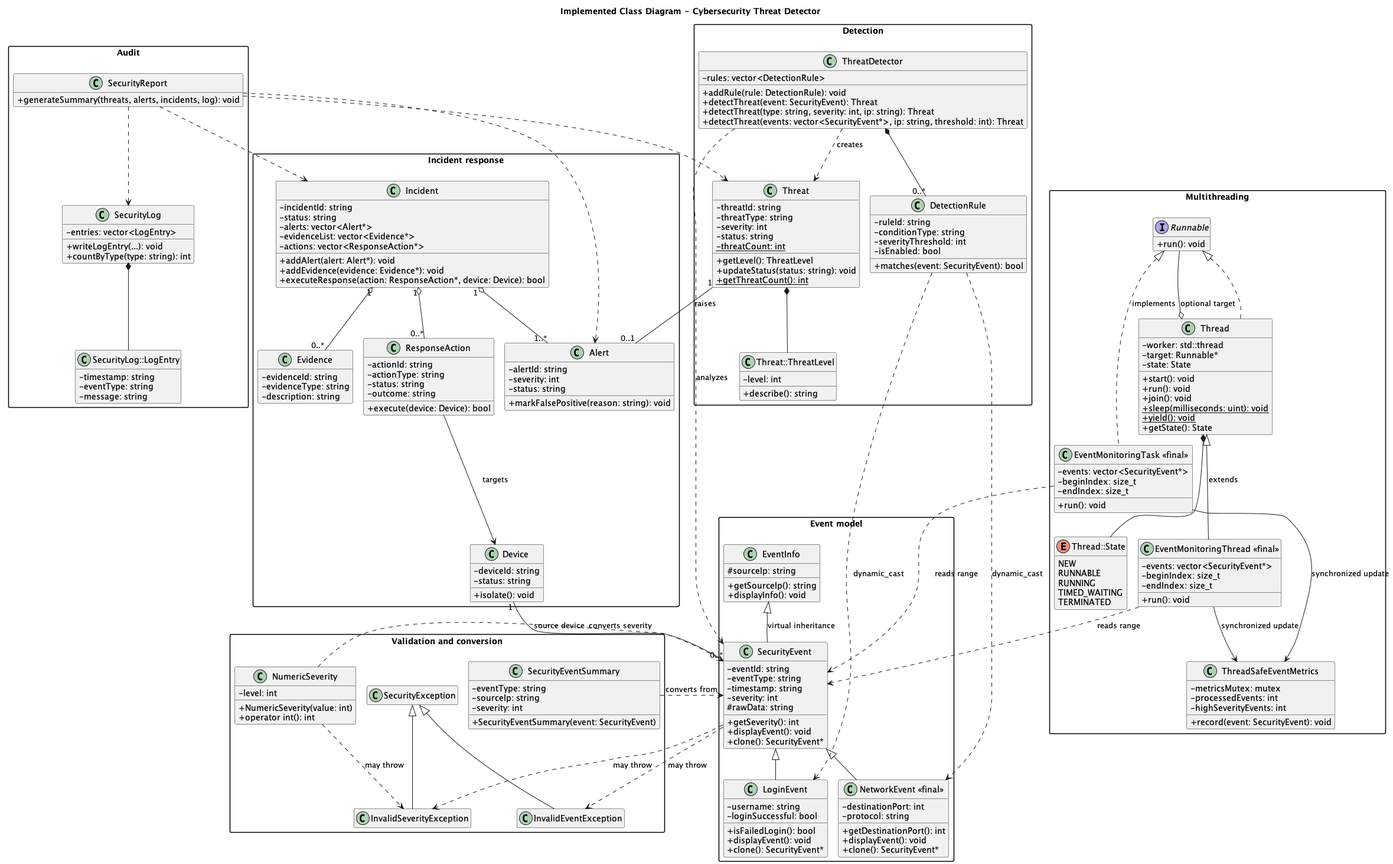
Before: class-diagram.png, a diagram exported from PlantUML (jaitak2121-spec/CybersecurityThreatdetector).
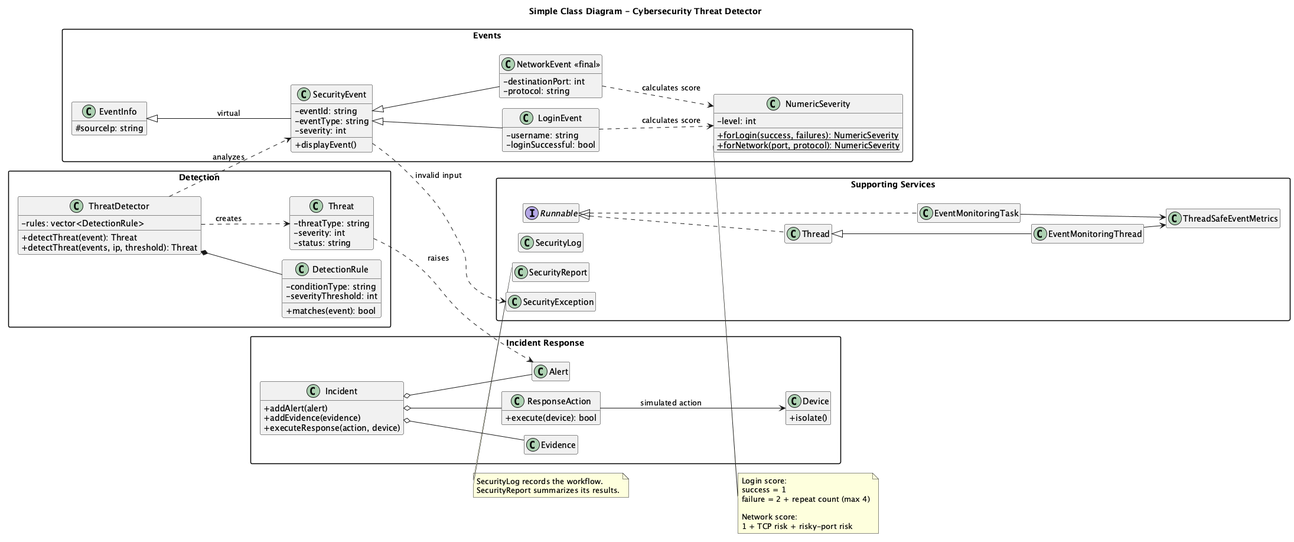
Later version of the same file.

Change to the diagram source:
```diff
@@ -1,227 +1,115 @@
 @startuml class-diagram
-!pragma layout smetana
+left to right direction
 skinparam classAttributeIconSize 0
 skinparam packageStyle rectangle
 hide empty members
-title Implemented Class Diagram - Cybersecurity Threat Detector
+title Simple Class Diagram - Cybersecurity Threat Detector
 
-package "Event model" {
+package "Events" {
   class EventInfo {
     # sourceIp: string
-    + getSourceIp(): string
-    + displayInfo(): void
   }
-
   class SecurityEvent {
     - eventId: string
     - eventType: string
-    - timestamp: string
     - severity: int
-    # rawData: string
-    + getSeverity(): int
-    + displayEvent(): void
-    + clone(): SecurityEvent*
+    + displayEvent()
   }
-
   class LoginEvent {
     - username: string
     - loginSuccessful: bool
-    + isFailedLogin(): bool
-    + displayEvent(): void
-    + clone(): SecurityEvent*
   }
-
   class "NetworkEvent <<final>>" as NetworkEvent {
     - destinationPort: int
     - protocol: string
-    + getDestinationPort(): int
-    + displayEvent(): void
-    + clone(): SecurityEvent*
+  }
+  class NumericSeverity {
+    - level: int
+    {static} + forLogin(success, failures): NumericSeverity
+    {static} + forNetwork(port, protocol): NumericSeverity
   }
 }
 
 package "Detection" {
   class DetectionRule {
-    - ruleId: string
     - conditionType: string
     - severityThreshold: int
-    - isEnabled: bool
-    + matches(event: SecurityEvent): bool
+    + matches(event): bool
   }
-
   class ThreatDetector {
     - rules: vector<DetectionRule>
-    + addRule(rule: DetectionRule): void
-    + detectThreat(event: SecurityEvent): Threat
-    + detectThreat(type: string, severity: int, ip: string): Threat
-    + detectThreat(events: vector<SecurityEvent*>, ip: string, threshold: int): Threat
+    + detectThreat(event): Threat
+    + detectThreat(events, ip, threshold): Threat
   }
-
   class Threat {
-    - threatId: string
     - threatType: string
     - severity: int
     - status: string
-    {static} - threatCount: int
-    + getLevel(): ThreatLevel
-    + updateStatus(status: string): void
-    {static} + getThreatCount(): int
-  }
-
-  class "Threat::ThreatLevel" as ThreatLevel {
-    - level: int
-    + describe(): string
   }
 }
 
-package "Incident response" {
+package "Incident Response" {
+  class Alert
+  class Incident {
+    + addAlert(alert)
+    + addEvidence(evidence)
+    + executeResponse(action, device)
+  }
+  class Evidence
+  class ResponseAction {
+    + execute(device): bool
+  }
   class Device {
-    - deviceId: string
-    - status: string
-    + isolate(): void
-  }
-  class Alert {
-    - alertId: string
-    - severity: int
-    - status: string
-    + markFalsePositive(reason: string): void
-  }
-  class Evidence {
-    - evidenceId: string
-    - evidenceType: string
-    - description: string
-  }
-  class ResponseAction {
-    - actionId: string
-    - actionType: string
-    - status: string
-    - outcome: string
-    + execute(device: Device): bool
-  }
-  class Incident {
-    - incidentId: string
-    - status: string
-    - alerts: vector<Alert*>
-    - evidenceList: vector<Evidence*>
-    - actions: vector<ResponseAction*>
-    + addAlert(alert: Alert*): void
-    + addEvidence(evidence: Evidence*): void
-    + executeResponse(action: ResponseAction*, device: Device): bool
+    + isolate()
   }
 }
 
-package "Audit" {
-  class SecurityLog {
-    - entries: vector<LogEntry>
-    + writeLogEntry(...): void
-    + countByType(type: string): int
-  }
-  class "SecurityLog::LogEntry" as LogEntry {
-    - timestamp: string
-    - eventType: string
-    - message: string
-  }
-  class SecurityReport {
-    + generateSummary(threats, alerts, incidents, log): void
-  }
+package "Supporting Services" {
+  interface Runnable
+  class Thread
+  class EventMonitoringThread
+  class EventMonitoringTask
+  class ThreadSafeEventMetrics
+  class SecurityLog
+  class SecurityReport
+  class SecurityException
 }
 
-package "Validation and conversion" {
-  class NumericSeverity {
-    - level: int
-    + NumericSeverity(value: int)
-    + operator int(): int
-  }
-  class SecurityEventSummary {
-    - eventType: string
-    - sourceIp: string
-    - severity: int
-    + SecurityEventSummary(event: SecurityEvent)
-  }
-  class SecurityException
-  class InvalidSeverityException
-  class InvalidEventException
-}
-
-package "Multithreading" {
-  interface Runnable {
-    + run(): void
-  }
-  class Thread {
-    - worker: std::thread
-    - target: Runnable*
-    - state: State
-    + start(): void
-    + run(): void
-    + join(): void
-    {static} + sleep(milliseconds: uint): void
-    {static} + yield(): void
-    + getState(): State
-  }
-  enum "Thread::State" as ThreadState {
-    NEW
-    RUNNABLE
-    RUNNING
-    TIMED_WAITING
-    TERMINATED
-  }
-  class "EventMonitoringThread <<final>>" as EventMonitoringThread {
-    - events: vector<SecurityEvent*>
-    - beginIndex: size_t
-    - endIndex: size_t
-    + run(): void
-  }
-  class "EventMonitoringTask <<final>>" as EventMonitoringTask {
-    - events: vector<SecurityEvent*>
-    - beginIndex: size_t
-    - endIndex: size_t
-    + run(): void
-  }
-  class ThreadSafeEventMetrics {
-    - metricsMutex: mutex
-    - processedEvents: int
-    - highSeverityEvents: int
-    + record(event: SecurityEvent): void
-  }
-}
-
-EventInfo <|-- SecurityEvent : virtual inheritance
+EventInfo <|-- SecurityEvent : virtual
 SecurityEvent <|-- LoginEvent
 SecurityEvent <|-- NetworkEvent
-Threat *-- ThreatLevel
-SecurityLog *-- LogEntry
+LoginEvent ..> NumericSeverity : calculates score
+NetworkEvent ..> NumericSeverity : calculates score
 
-ThreatDetector *-- "0..*" DetectionRule
+ThreatDetector *-- DetectionRule
 ThreatDetector ..> SecurityEvent : analyzes
 ThreatDetector ..> Threat : creates
-DetectionRule ..> LoginEvent : dynamic_cast
-DetectionRule ..> NetworkEvent : dynamic_cast
 
-Device "1" -- "0..*" SecurityEvent : source device
-Threat "1" -- "0..1" Alert : raises
-Incident "1" o-- "1..*" Alert
-Incident "1" o-- "0..*" Evidence
-Incident "1" o-- "0..*" ResponseAction
-ResponseAction --> Device : targets
-SecurityReport ..> Threat
-SecurityReport ..> Alert
-SecurityReport ..> Incident
-SecurityReport ..> SecurityLog
+Threat ..> Alert : raises
+Incident o-- Alert
+Incident o-- Evidence
+Incident o-- ResponseAction
+ResponseAction --> Device : simulated action
 
-SecurityException <|-- InvalidSeverityException
-SecurityException <|-- InvalidEventException
-SecurityEvent ..> InvalidSeverityException : may throw
-SecurityEvent ..> InvalidEventException : may throw
-NumericSeverity ..> InvalidSeverityException : may throw
-SecurityEventSummary ..> SecurityEvent : converts from
-NumericSeverity ..> SecurityEvent : converts severity
 Runnable <|.. Thread
-Thread <|-- EventMonitoringThread : extends
-Runnable <|.. EventMonitoringTask : implements
-Thread o-- Runnable : optional target
-Thread *-- ThreadState
-EventMonitoringThread --> ThreadSafeEventMetrics : synchronized update
-EventMonitoringTask --> ThreadSafeEventMetrics : synchronized update
-EventMonitoringThread ..> SecurityEvent : reads range
-EventMonitoringTask ..> SecurityEvent : reads range
+Thread <|-- EventMonitoringThread
+Runnable <|.. EventMonitoringTask
+EventMonitoringThread --> ThreadSafeEventMetrics
+EventMonitoringTask --> ThreadSafeEventMetrics
+
+SecurityEvent ..> SecurityException : invalid input
+
+note bottom of SecurityReport
+  SecurityLog records the workflow.
+  SecurityReport summarizes its results.
+end note
+
+note bottom of NumericSeverity
+  Login score:
+  success = 1
+  failure = 2 + repeat count (max 4)
+
+  Network score:
+  1 + TCP risk + risky-port risk
+end note
 @enduml
```
